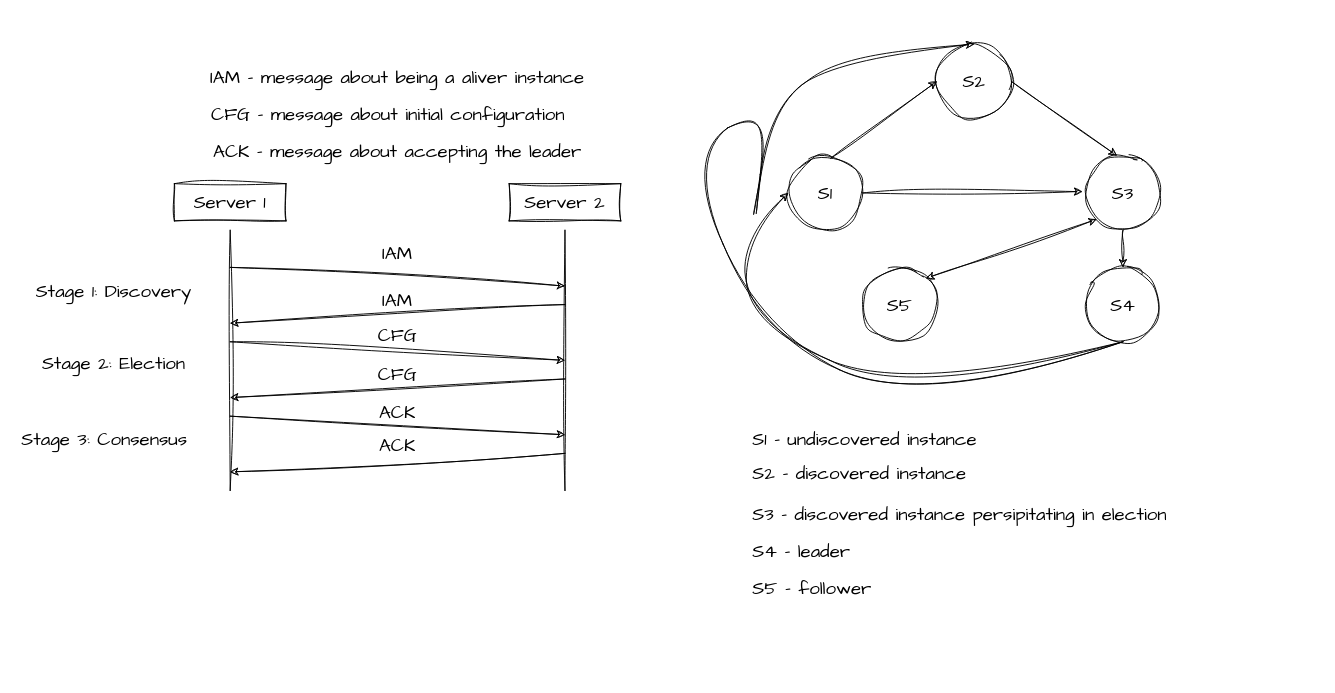
Before: docs/Aliver.drawio in hramov/aliver, a draw.io diagram. Source tidied: cells renumbered, new cells numbered last; positions are measured from the earlier drawing's top-left corner, leaving out a move shared by most shapes. Both pictures are drawn from the tidied source at 93%, with x=0, y=0 at pixel (16, 44).
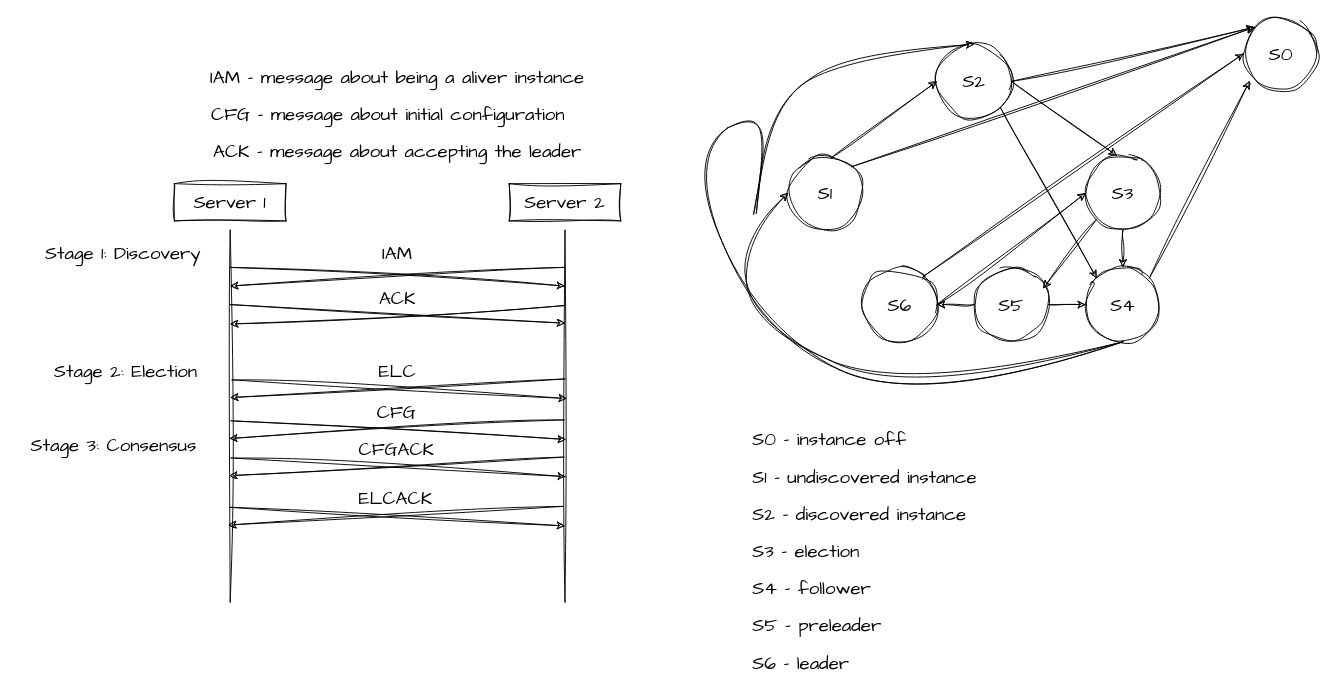
Above is the later version.

The change refers to these unchanged cells:
```xml
<mxCell id="24" value="S1" style="ellipse;whiteSpace=wrap;html=1;sketch=1;hachureGap=4;jiggle=2;curveFitting=1;fontFamily=Architects Daughter;fontSize=20;" parent="1" vertex="1">
  <mxGeometry x="830" y="120" width="80" height="80" as="geometry" />
</mxCell>
<mxCell id="25" value="S2" style="ellipse;whiteSpace=wrap;html=1;sketch=1;hachureGap=4;jiggle=2;curveFitting=1;fontFamily=Architects Daughter;fontSize=20;" parent="1" vertex="1">
  <mxGeometry x="990" width="80" height="80" as="geometry" />
</mxCell>
<mxCell id="26" value="S3" style="ellipse;whiteSpace=wrap;html=1;sketch=1;hachureGap=4;jiggle=2;curveFitting=1;fontFamily=Architects Daughter;fontSize=20;" parent="1" vertex="1">
  <mxGeometry x="1150" y="120" width="80" height="80" as="geometry" />
</mxCell>
<mxCell id="36" value="S4" style="ellipse;whiteSpace=wrap;html=1;sketch=1;hachureGap=4;jiggle=2;curveFitting=1;fontFamily=Architects Daughter;fontSize=20;" parent="1" vertex="1">
  <mxGeometry x="1150" y="240" width="80" height="80" as="geometry" />
</mxCell>
```

The edit, as a diff of the source:
```diff
@@
     <mxCell id="4" style="endArrow=none;html=1;rounded=0;sketch=1;hachureGap=4;jiggle=2;curveFitting=1;fontFamily=Architects Daughter;fontSize=16;" parent="1" edge="1">
       <mxGeometry relative="1" as="geometry">
-        <mxPoint x="230" y="480" as="sourcePoint" />
+        <mxPoint x="230" y="600" as="sourcePoint" />
         <mxPoint x="230" y="200" as="targetPoint" />
       </mxGeometry>
     </mxCell>
     <mxCell id="5" style="endArrow=none;html=1;rounded=0;sketch=1;hachureGap=4;jiggle=2;curveFitting=1;fontFamily=Architects Daughter;fontSize=16;" parent="1" edge="1">
       <mxGeometry relative="1" as="geometry">
-        <mxPoint x="590" y="480" as="sourcePoint" />
+        <mxPoint x="590" y="600" as="sourcePoint" />
         <mxPoint x="590" y="200" as="targetPoint" />
       </mxGeometry>
     </mxCell>
     <mxCell id="6" value="Stage 1: Discovery" style="text;html=1;strokeColor=none;fillColor=none;align=center;verticalAlign=middle;whiteSpace=wrap;rounded=0;fontSize=20;fontFamily=Architects Daughter;" parent="1" vertex="1">
-      <mxGeometry x="20" y="250" width="170" height="30" as="geometry" />
+      <mxGeometry x="30" y="210" width="170" height="30" as="geometry" />
     </mxCell>
@@
     <mxCell id="8" style="endArrow=classic;html=1;rounded=0;sketch=1;hachureGap=4;jiggle=2;curveFitting=1;fontFamily=Architects Daughter;fontSize=16;" parent="1" edge="1">
       <mxGeometry relative="1" as="geometry">
-        <mxPoint x="590" y="280" as="sourcePoint" />
-        <mxPoint x="230" y="300" as="targetPoint" />
+        <mxPoint x="590" y="240" as="sourcePoint" />
+        <mxPoint x="230" y="260" as="targetPoint" />
       </mxGeometry>
     </mxCell>
@@
-    <mxCell id="10" value="IAM" style="text;html=1;strokeColor=none;fillColor=none;align=center;verticalAlign=middle;whiteSpace=wrap;rounded=0;fontSize=20;fontFamily=Architects Daughter;" parent="1" vertex="1">
-      <mxGeometry x="380" y="260" width="60" height="30" as="geometry" />
-    </mxCell>
@@
     <mxCell id="12" value="Stage 2: Election" style="text;html=1;strokeColor=none;fillColor=none;align=center;verticalAlign=middle;whiteSpace=wrap;rounded=0;fontSize=20;fontFamily=Architects Daughter;" parent="1" vertex="1">
-      <mxGeometry x="20" y="328" width="170" height="30" as="geometry" />
+      <mxGeometry x="33" y="336" width="170" height="30" as="geometry" />
     </mxCell>
     <mxCell id="13" style="endArrow=classic;html=1;rounded=0;sketch=1;hachureGap=4;jiggle=2;curveFitting=1;fontFamily=Architects Daughter;fontSize=16;" parent="1" edge="1">
       <mxGeometry relative="1" as="geometry">
-        <mxPoint x="230" y="320" as="sourcePoint" />
-        <mxPoint x="590" y="340" as="targetPoint" />
+        <mxPoint x="232" y="361" as="sourcePoint" />
+        <mxPoint x="592" y="381" as="targetPoint" />
       </mxGeometry>
     </mxCell>
@@
-    <mxCell id="15" value="CFG" style="text;html=1;strokeColor=none;fillColor=none;align=center;verticalAlign=middle;whiteSpace=wrap;rounded=0;fontSize=20;fontFamily=Architects Daughter;" parent="1" vertex="1">
-      <mxGeometry x="380" y="298" width="60" height="30" as="geometry" />
+    <mxCell id="15" value="ELC" style="text;html=1;strokeColor=none;fillColor=none;align=center;verticalAlign=middle;whiteSpace=wrap;rounded=0;fontSize=20;fontFamily=Architects Daughter;" parent="1" vertex="1">
+      <mxGeometry x="380" y="336" width="60" height="30" as="geometry" />
     </mxCell>
-    <mxCell id="16" value="CFG" style="text;html=1;strokeColor=none;fillColor=none;align=center;verticalAlign=middle;whiteSpace=wrap;rounded=0;fontSize=20;fontFamily=Architects Daughter;" parent="1" vertex="1">
-      <mxGeometry x="380" y="340" width="60" height="30" as="geometry" />
-    </mxCell>
     <mxCell id="17" style="endArrow=classic;html=1;rounded=0;sketch=1;hachureGap=4;jiggle=2;curveFitting=1;fontFamily=Architects Daughter;fontSize=16;" parent="1" edge="1">
       <mxGeometry relative="1" as="geometry">
-        <mxPoint x="230" y="400" as="sourcePoint" />
-        <mxPoint x="590" y="420" as="targetPoint" />
+        <mxPoint x="230" y="280" as="sourcePoint" />
+        <mxPoint x="590" y="300" as="targetPoint" />
       </mxGeometry>
     </mxCell>
     <mxCell id="18" style="endArrow=classic;html=1;rounded=0;sketch=1;hachureGap=4;jiggle=2;curveFitting=1;fontFamily=Architects Daughter;fontSize=16;" parent="1" edge="1">
       <mxGeometry relative="1" as="geometry">
-        <mxPoint x="590" y="440" as="sourcePoint" />
-        <mxPoint x="230" y="460" as="targetPoint" />
+        <mxPoint x="590" y="281" as="sourcePoint" />
+        <mxPoint x="230" y="301" as="targetPoint" />
       </mxGeometry>
     </mxCell>
     <mxCell id="19" value="ACK" style="text;html=1;strokeColor=none;fillColor=none;align=center;verticalAlign=middle;whiteSpace=wrap;rounded=0;fontSize=20;fontFamily=Architects Daughter;" parent="1" vertex="1">
-      <mxGeometry x="380" y="380" width="60" height="30" as="geometry" />
+      <mxGeometry x="380" y="258" width="60" height="30" as="geometry" />
     </mxCell>
-    <mxCell id="20" value="ACK" style="text;html=1;strokeColor=none;fillColor=none;align=center;verticalAlign=middle;whiteSpace=wrap;rounded=0;fontSize=20;fontFamily=Architects Daughter;" parent="1" vertex="1">
-      <mxGeometry x="380" y="416" width="60" height="30" as="geometry" />
-    </mxCell>
     <mxCell id="21" value="Stage 3: Consensus" style="text;html=1;strokeColor=none;fillColor=none;align=center;verticalAlign=middle;whiteSpace=wrap;rounded=0;fontSize=20;fontFamily=Architects Daughter;" parent="1" vertex="1">
-      <mxGeometry y="410" width="190" height="30" as="geometry" />
+      <mxGeometry x="10" y="416" width="190" height="30" as="geometry" />
     </mxCell>
@@
     <mxCell id="27" value="S5" style="ellipse;whiteSpace=wrap;html=1;sketch=1;hachureGap=4;jiggle=2;curveFitting=1;fontFamily=Architects Daughter;fontSize=20;" parent="1" vertex="1">
-      <mxGeometry x="910" y="240" width="80" height="80" as="geometry" />
+      <mxGeometry x="1030" y="240" width="80" height="80" as="geometry" />
     </mxCell>
     <mxCell id="28" value="S1 - undiscovered instance" style="text;html=1;strokeColor=none;fillColor=none;align=left;verticalAlign=middle;whiteSpace=wrap;rounded=0;fontSize=20;fontFamily=Architects Daughter;" parent="1" vertex="1">
-      <mxGeometry x="790" y="410" width="250" height="30" as="geometry" />
+      <mxGeometry x="790" y="450" width="250" height="30" as="geometry" />
     </mxCell>
     <mxCell id="29" value="S2 - discovered instance&amp;nbsp;" style="text;html=1;strokeColor=none;fillColor=none;align=left;verticalAlign=middle;whiteSpace=wrap;rounded=0;fontSize=20;fontFamily=Architects Daughter;" parent="1" vertex="1">
-      <mxGeometry x="790" y="446" width="250" height="30" as="geometry" />
+      <mxGeometry x="790" y="490" width="250" height="30" as="geometry" />
     </mxCell>
-    <mxCell id="30" value="S3 - discovered instance persipitating in election" style="text;html=1;strokeColor=none;fillColor=none;align=left;verticalAlign=middle;whiteSpace=wrap;rounded=0;fontSize=20;fontFamily=Architects Daughter;" parent="1" vertex="1">
-      <mxGeometry x="790" y="490" width="460" height="30" as="geometry" />
+    <mxCell id="30" value="S3 - election" style="text;html=1;strokeColor=none;fillColor=none;align=left;verticalAlign=middle;whiteSpace=wrap;rounded=0;fontSize=20;fontFamily=Architects Daughter;" parent="1" vertex="1">
+      <mxGeometry x="790" y="530" width="460" height="30" as="geometry" />
     </mxCell>
-    <mxCell id="31" value="S4 - leader" style="text;html=1;strokeColor=none;fillColor=none;align=left;verticalAlign=middle;whiteSpace=wrap;rounded=0;fontSize=20;fontFamily=Architects Daughter;" parent="1" vertex="1">
-      <mxGeometry x="790" y="530" width="460" height="30" as="geometry" />
+    <mxCell id="31" value="S5 - preleader" style="text;html=1;strokeColor=none;fillColor=none;align=left;verticalAlign=middle;whiteSpace=wrap;rounded=0;fontSize=20;fontFamily=Architects Daughter;" parent="1" vertex="1">
+      <mxGeometry x="790" y="610" width="460" height="30" as="geometry" />
     </mxCell>
-    <mxCell id="32" value="S5 - follower" style="text;html=1;strokeColor=none;fillColor=none;align=left;verticalAlign=middle;whiteSpace=wrap;rounded=0;fontSize=20;fontFamily=Architects Daughter;" parent="1" vertex="1">
+    <mxCell id="32" value="S4 - follower" style="text;html=1;strokeColor=none;fillColor=none;align=left;verticalAlign=middle;whiteSpace=wrap;rounded=0;fontSize=20;fontFamily=Architects Daughter;" parent="1" vertex="1">
       <mxGeometry x="790" y="570" width="460" height="30" as="geometry" />
     </mxCell>
@@
-    <mxCell id="34" style="endArrow=classic;html=1;rounded=0;sketch=1;hachureGap=4;jiggle=2;curveFitting=1;fontFamily=Architects Daughter;fontSize=16;exitX=1;exitY=0.5;exitDx=0;exitDy=0;entryX=-0.047;entryY=0.481;entryDx=0;entryDy=0;entryPerimeter=0;" parent="1" edge="1" source="24" target="26">
-      <mxGeometry relative="1" as="geometry" />
-    </mxCell>
@@
-    <mxCell id="40" style="endArrow=classic;startArrow=classic;html=1;rounded=0;sketch=1;hachureGap=4;jiggle=2;curveFitting=1;fontFamily=Architects Daughter;fontSize=16;entryX=0;entryY=1;entryDx=0;entryDy=0;exitX=1;exitY=0;exitDx=0;exitDy=0;" parent="1" edge="1" source="27" target="26">
-      <mxGeometry relative="1" as="geometry" />
-    </mxCell>
+    <mxCell id="41" style="endArrow=classic;html=1;rounded=0;sketch=1;hachureGap=4;jiggle=2;curveFitting=1;fontFamily=Architects Daughter;fontSize=16;" parent="1" edge="1">
+      <mxGeometry relative="1" as="geometry">
+        <mxPoint x="231" y="405" as="sourcePoint" />
+        <mxPoint x="591" y="425" as="targetPoint" />
+      </mxGeometry>
+    </mxCell>
+    <mxCell id="42" style="endArrow=classic;html=1;rounded=0;sketch=1;hachureGap=4;jiggle=2;curveFitting=1;fontFamily=Architects Daughter;fontSize=16;" parent="1" edge="1">
+      <mxGeometry relative="1" as="geometry">
+        <mxPoint x="589" y="404" as="sourcePoint" />
+        <mxPoint x="229" y="424" as="targetPoint" />
+      </mxGeometry>
+    </mxCell>
+    <mxCell id="16" value="CFG" style="text;html=1;strokeColor=none;fillColor=none;align=center;verticalAlign=middle;whiteSpace=wrap;rounded=0;fontSize=20;fontFamily=Architects Daughter;" parent="1" vertex="1">
+      <mxGeometry x="379" y="380" width="60" height="30" as="geometry" />
+    </mxCell>
+    <mxCell id="43" style="endArrow=classic;html=1;rounded=0;sketch=1;hachureGap=4;jiggle=2;curveFitting=1;fontFamily=Architects Daughter;fontSize=16;" parent="1" edge="1">
+      <mxGeometry relative="1" as="geometry">
+        <mxPoint x="231" y="445" as="sourcePoint" />
+        <mxPoint x="591" y="465" as="targetPoint" />
+      </mxGeometry>
+    </mxCell>
+    <mxCell id="44" style="endArrow=classic;html=1;rounded=0;sketch=1;hachureGap=4;jiggle=2;curveFitting=1;fontFamily=Architects Daughter;fontSize=16;" parent="1" edge="1">
+      <mxGeometry relative="1" as="geometry">
+        <mxPoint x="589" y="444" as="sourcePoint" />
+        <mxPoint x="229" y="464" as="targetPoint" />
+      </mxGeometry>
+    </mxCell>
+    <mxCell id="45" value="CFGACK" style="text;html=1;strokeColor=none;fillColor=none;align=center;verticalAlign=middle;whiteSpace=wrap;rounded=0;fontSize=20;fontFamily=Architects Daughter;" parent="1" vertex="1">
+      <mxGeometry x="379" y="420" width="60" height="30" as="geometry" />
+    </mxCell>
+    <mxCell id="46" style="endArrow=classic;html=1;rounded=0;sketch=1;hachureGap=4;jiggle=2;curveFitting=1;fontFamily=Architects Daughter;fontSize=16;" parent="1" edge="1">
+      <mxGeometry relative="1" as="geometry">
+        <mxPoint x="230" y="498" as="sourcePoint" />
+        <mxPoint x="590" y="518" as="targetPoint" />
+      </mxGeometry>
+    </mxCell>
+    <mxCell id="47" style="endArrow=classic;html=1;rounded=0;sketch=1;hachureGap=4;jiggle=2;curveFitting=1;fontFamily=Architects Daughter;fontSize=16;" parent="1" edge="1">
+      <mxGeometry relative="1" as="geometry">
+        <mxPoint x="588" y="497" as="sourcePoint" />
+        <mxPoint x="228" y="517" as="targetPoint" />
+      </mxGeometry>
+    </mxCell>
+    <mxCell id="48" value="ELCACK" style="text;html=1;strokeColor=none;fillColor=none;align=center;verticalAlign=middle;whiteSpace=wrap;rounded=0;fontSize=20;fontFamily=Architects Daughter;" parent="1" vertex="1">
+      <mxGeometry x="378" y="473" width="60" height="30" as="geometry" />
+    </mxCell>
+    <mxCell id="49" value="S0" style="ellipse;whiteSpace=wrap;html=1;sketch=1;hachureGap=4;jiggle=2;curveFitting=1;fontFamily=Architects Daughter;fontSize=20;" parent="1" vertex="1">
+      <mxGeometry x="1320" y="-30" width="80" height="80" as="geometry" />
+    </mxCell>
+    <mxCell id="50" value="S0 - instance off" style="text;html=1;strokeColor=none;fillColor=none;align=left;verticalAlign=middle;whiteSpace=wrap;rounded=0;fontSize=20;fontFamily=Architects Daughter;" parent="1" vertex="1">
+      <mxGeometry x="790" y="410" width="250" height="30" as="geometry" />
+    </mxCell>
+    <mxCell id="51" value="S6 - leader" style="text;html=1;strokeColor=none;fillColor=none;align=left;verticalAlign=middle;whiteSpace=wrap;rounded=0;fontSize=20;fontFamily=Architects Daughter;" parent="1" vertex="1">
+      <mxGeometry x="790" y="650" width="460" height="30" as="geometry" />
+    </mxCell>
+    <mxCell id="52" value="S6" style="ellipse;whiteSpace=wrap;html=1;sketch=1;hachureGap=4;jiggle=2;curveFitting=1;fontFamily=Architects Daughter;fontSize=20;" parent="1" vertex="1">
+      <mxGeometry x="910" y="240" width="80" height="80" as="geometry" />
+    </mxCell>
+    <mxCell id="53" style="endArrow=classic;html=1;rounded=0;sketch=1;hachureGap=4;jiggle=2;curveFitting=1;fontFamily=Architects Daughter;fontSize=16;exitX=1;exitY=0;exitDx=0;exitDy=0;entryX=0.078;entryY=0.869;entryDx=0;entryDy=0;entryPerimeter=0;" parent="1" edge="1" source="36" target="49">
+      <mxGeometry relative="1" as="geometry" />
+    </mxCell>
+    <mxCell id="54" style="endArrow=classic;html=1;rounded=0;sketch=1;hachureGap=4;jiggle=2;curveFitting=1;fontFamily=Architects Daughter;fontSize=16;exitX=1;exitY=0.5;exitDx=0;exitDy=0;entryX=0;entryY=0;entryDx=0;entryDy=0;" parent="1" edge="1" source="25" target="49">
+      <mxGeometry relative="1" as="geometry" />
+    </mxCell>
+    <mxCell id="55" style="endArrow=classic;html=1;rounded=0;sketch=1;hachureGap=4;jiggle=2;curveFitting=1;fontFamily=Architects Daughter;fontSize=16;exitX=1;exitY=0.5;exitDx=0;exitDy=0;entryX=0;entryY=0.5;entryDx=0;entryDy=0;" parent="1" edge="1" target="49">
+      <mxGeometry relative="1" as="geometry">
+        <mxPoint x="975" y="250" as="sourcePoint" />
+      </mxGeometry>
+    </mxCell>
+    <mxCell id="56" style="endArrow=classic;html=1;rounded=0;sketch=1;hachureGap=4;jiggle=2;curveFitting=1;fontFamily=Architects Daughter;fontSize=16;exitX=1;exitY=0;exitDx=0;exitDy=0;entryX=0;entryY=0;entryDx=0;entryDy=0;" parent="1" edge="1" source="24" target="49">
+      <mxGeometry relative="1" as="geometry" />
+    </mxCell>
+    <mxCell id="57" style="endArrow=classic;html=1;rounded=0;sketch=1;hachureGap=4;jiggle=2;curveFitting=1;fontFamily=Architects Daughter;fontSize=16;exitX=1;exitY=1;exitDx=0;exitDy=0;entryX=0;entryY=0;entryDx=0;entryDy=0;" parent="1" edge="1" source="25" target="36">
+      <mxGeometry relative="1" as="geometry" />
+    </mxCell>
+    <mxCell id="58" style="endArrow=classic;html=1;rounded=0;sketch=1;hachureGap=4;jiggle=2;curveFitting=1;fontFamily=Architects Daughter;fontSize=16;exitX=0;exitY=0.5;exitDx=0;exitDy=0;entryX=1;entryY=0.5;entryDx=0;entryDy=0;" parent="1" edge="1" source="27" target="52">
+      <mxGeometry relative="1" as="geometry" />
+    </mxCell>
+    <mxCell id="59" style="endArrow=classic;html=1;rounded=0;sketch=1;hachureGap=4;jiggle=2;curveFitting=1;fontFamily=Architects Daughter;fontSize=16;exitX=1;exitY=0.5;exitDx=0;exitDy=0;entryX=0;entryY=0.5;entryDx=0;entryDy=0;" parent="1" edge="1" source="52" target="26">
+      <mxGeometry relative="1" as="geometry" />
+    </mxCell>
+    <mxCell id="60" style="endArrow=classic;html=1;rounded=0;sketch=1;hachureGap=4;jiggle=2;curveFitting=1;fontFamily=Architects Daughter;fontSize=16;exitX=0;exitY=1;exitDx=0;exitDy=0;entryX=0.927;entryY=0.282;entryDx=0;entryDy=0;entryPerimeter=0;" parent="1" edge="1" source="26" target="27">
+      <mxGeometry relative="1" as="geometry" />
+    </mxCell>
+    <mxCell id="61" style="endArrow=classic;html=1;rounded=0;sketch=1;hachureGap=4;jiggle=2;curveFitting=1;fontFamily=Architects Daughter;fontSize=16;exitX=1;exitY=0.5;exitDx=0;exitDy=0;entryX=0;entryY=0.5;entryDx=0;entryDy=0;" parent="1" edge="1" source="27" target="36">
+      <mxGeometry relative="1" as="geometry" />
+    </mxCell>
```
